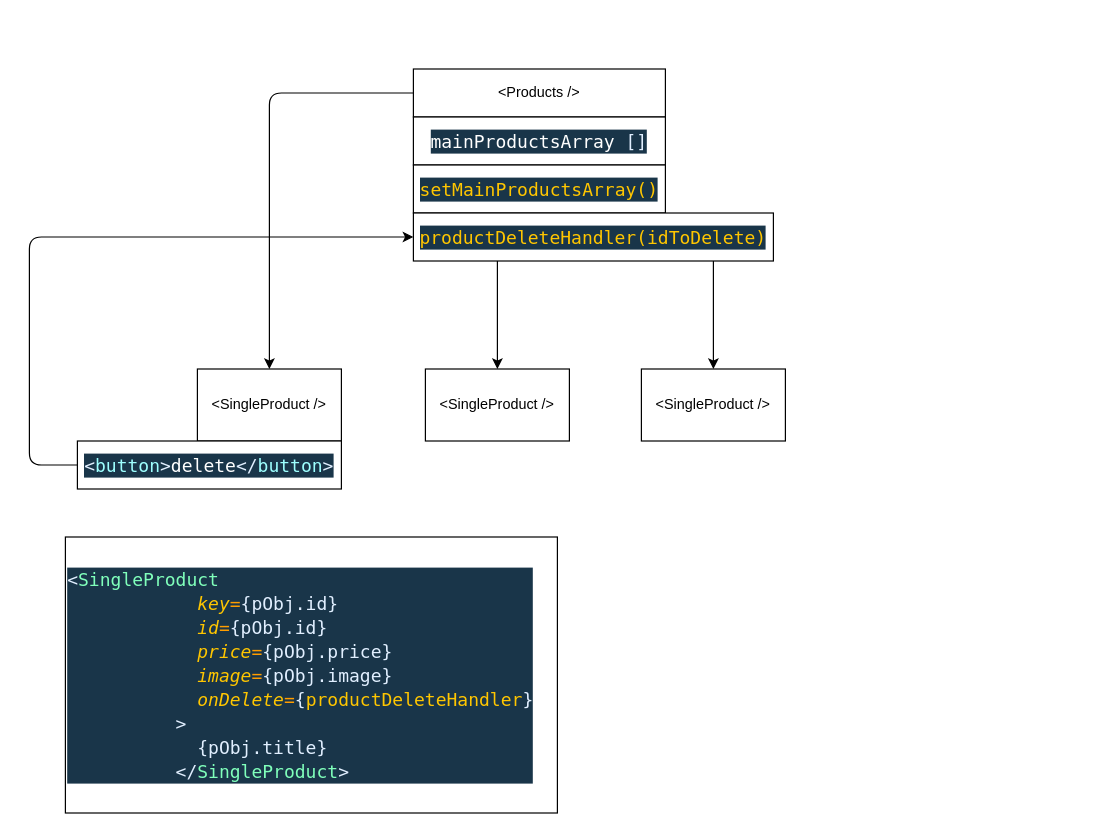
This is draw.drawio from MariusCodeAcademy/feu2-07_r_useEffect_customHook, a draw.io file, before an edit. Source tidied: cells renumbered, new cells numbered last; positions are measured from the earlier drawing's top-left corner, leaving out a move shared by most shapes. Both pictures are drawn from the tidied source at 120%, with x=0, y=0 at pixel (29, 68).
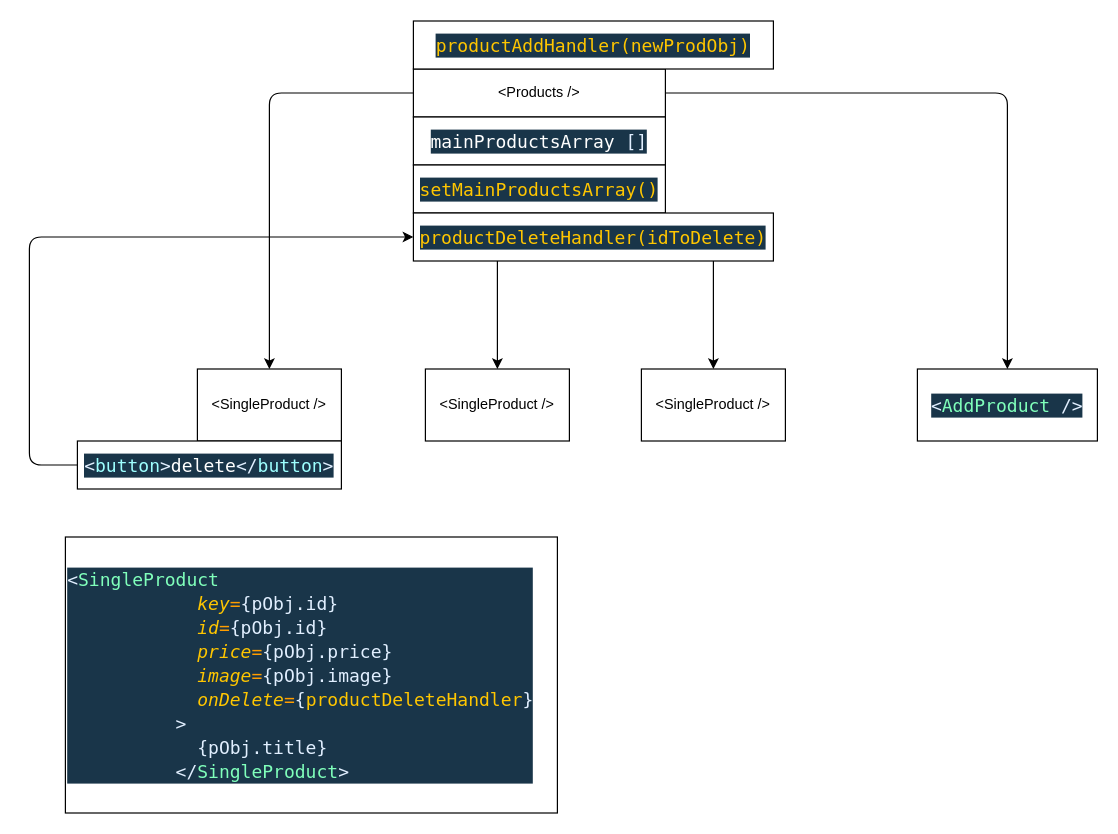
After the change.

Commit message (it also covers changes not shown here):
AddProduct form

What changed in the source:
```diff
@@
 <mxGraphModel>
   <root>
     <mxCell id="0" />
     <mxCell id="1" parent="0" />
     <mxCell id="2" style="edgeStyle=orthogonalEdgeStyle;html=1;" parent="1" edge="1" source="5" target="6">
       <mxGeometry relative="1" as="geometry" />
     </mxCell>
     <mxCell id="3" style="edgeStyle=orthogonalEdgeStyle;html=1;" parent="1" edge="1" source="5" target="8">
       <mxGeometry relative="1" as="geometry" />
     </mxCell>
     <mxCell id="4" style="edgeStyle=orthogonalEdgeStyle;html=1;" parent="1" edge="1" source="5" target="7">
       <mxGeometry relative="1" as="geometry" />
     </mxCell>
+    <mxCell id="15" style="edgeStyle=orthogonalEdgeStyle;html=1;entryX=0.5;entryY=0;entryDx=0;entryDy=0;" parent="1" edge="1" source="5" target="16">
+      <mxGeometry relative="1" as="geometry" />
+    </mxCell>
     <mxCell id="5" value="&amp;lt;Products /&amp;gt;" style="rounded=0;whiteSpace=wrap;html=1;" parent="1" vertex="1">
       <mxGeometry x="320" width="210" height="40" as="geometry" />
     </mxCell>
     <mxCell id="6" value="&amp;lt;SingleProduct /&amp;gt;" style="rounded=0;whiteSpace=wrap;html=1;" parent="1" vertex="1">
       <mxGeometry x="140" y="250" width="120" height="60" as="geometry" />
     </mxCell>
     <mxCell id="7" value="&amp;lt;SingleProduct /&amp;gt;" style="rounded=0;whiteSpace=wrap;html=1;" parent="1" vertex="1">
       <mxGeometry x="330" y="250" width="120" height="60" as="geometry" />
     </mxCell>
     <mxCell id="8" value="&amp;lt;SingleProduct /&amp;gt;" style="rounded=0;whiteSpace=wrap;html=1;" parent="1" vertex="1">
       <mxGeometry x="510" y="250" width="120" height="60" as="geometry" />
     </mxCell>
     <mxCell id="9" value="&lt;div style=&quot;background-color: rgb(25 , 53 , 73) ; font-family: &amp;#34;cascadia code&amp;#34; , &amp;#34;menlo&amp;#34; , &amp;#34;monaco&amp;#34; , &amp;#34;courier new&amp;#34; , monospace , &amp;#34;consolas&amp;#34; , &amp;#34;courier new&amp;#34; , monospace ; font-size: 15px ; line-height: 20px&quot;&gt;&lt;span style=&quot;color: rgb(255 , 255 , 255)&quot;&gt;mainProductsArray&lt;/span&gt;&lt;font color=&quot;#e1efff&quot;&gt;&amp;nbsp;[]&lt;/font&gt;&lt;/div&gt;" style="rounded=0;whiteSpace=wrap;html=1;" parent="1" vertex="1">
       <mxGeometry x="320" y="40" width="210" height="40" as="geometry" />
     </mxCell>
     <mxCell id="10" value="&lt;div style=&quot;color: rgb(255 , 255 , 255) ; background-color: rgb(25 , 53 , 73) ; font-family: &amp;#34;cascadia code&amp;#34; , &amp;#34;menlo&amp;#34; , &amp;#34;monaco&amp;#34; , &amp;#34;courier new&amp;#34; , monospace , &amp;#34;consolas&amp;#34; , &amp;#34;courier new&amp;#34; , monospace ; font-size: 15px ; line-height: 20px&quot;&gt;&lt;span style=&quot;color: rgb(255 , 198 , 0) ; font-family: &amp;#34;cascadia code&amp;#34; , &amp;#34;menlo&amp;#34; , &amp;#34;monaco&amp;#34; , &amp;#34;courier new&amp;#34; , monospace , &amp;#34;consolas&amp;#34; , &amp;#34;courier new&amp;#34; , monospace&quot;&gt;setMainProductsArray()&lt;/span&gt;&lt;br&gt;&lt;/div&gt;" style="rounded=0;whiteSpace=wrap;html=1;" parent="1" vertex="1">
       <mxGeometry x="320" y="80" width="210" height="40" as="geometry" />
     </mxCell>
     <mxCell id="11" value="&lt;div style=&quot;background-color: rgb(25 , 53 , 73) ; font-family: &amp;#34;cascadia code&amp;#34; , &amp;#34;menlo&amp;#34; , &amp;#34;monaco&amp;#34; , &amp;#34;courier new&amp;#34; , monospace , &amp;#34;consolas&amp;#34; , &amp;#34;courier new&amp;#34; , monospace ; font-size: 15px ; line-height: 20px&quot;&gt;&lt;font color=&quot;#ffc600&quot;&gt;productDeleteHandler(idToDelete)&lt;/font&gt;&lt;/div&gt;" style="rounded=0;whiteSpace=wrap;html=1;" parent="1" vertex="1">
       <mxGeometry x="320" y="120" width="300" height="40" as="geometry" />
     </mxCell>
     <mxCell id="12" style="edgeStyle=orthogonalEdgeStyle;html=1;entryX=0;entryY=0.5;entryDx=0;entryDy=0;" parent="1" edge="1" source="13" target="11">
       <mxGeometry relative="1" as="geometry">
         <Array as="points">
           <mxPoint y="330" />
           <mxPoint y="140" />
         </Array>
       </mxGeometry>
     </mxCell>
     <mxCell id="13" value="&lt;div style=&quot;color: rgb(255 , 255 , 255) ; background-color: rgb(25 , 53 , 73) ; font-family: &amp;#34;cascadia code&amp;#34; , &amp;#34;menlo&amp;#34; , &amp;#34;monaco&amp;#34; , &amp;#34;courier new&amp;#34; , monospace , &amp;#34;consolas&amp;#34; , &amp;#34;courier new&amp;#34; , monospace ; font-size: 15px ; line-height: 20px&quot;&gt;&lt;span style=&quot;color: #e1efff&quot;&gt;&amp;lt;&lt;/span&gt;&lt;span style=&quot;color: #9effff&quot;&gt;button&lt;/span&gt;&lt;span style=&quot;color: #e1efff&quot;&gt;&amp;gt;&lt;/span&gt;delete&lt;span style=&quot;color: #e1efff&quot;&gt;&amp;lt;/&lt;/span&gt;&lt;span style=&quot;color: #9effff&quot;&gt;button&lt;/span&gt;&lt;span style=&quot;color: #e1efff&quot;&gt;&amp;gt;&lt;/span&gt;&lt;/div&gt;" style="rounded=0;whiteSpace=wrap;html=1;" parent="1" vertex="1">
       <mxGeometry x="40" y="310" width="220" height="40" as="geometry" />
     </mxCell>
     <mxCell id="14" value="&lt;div style=&quot;color: rgb(255 , 255 , 255) ; background-color: rgb(25 , 53 , 73) ; font-family: &amp;quot;cascadia code&amp;quot; , &amp;quot;menlo&amp;quot; , &amp;quot;monaco&amp;quot; , &amp;quot;courier new&amp;quot; , monospace , &amp;quot;consolas&amp;quot; , &amp;quot;courier new&amp;quot; , monospace ; font-size: 15px ; line-height: 20px&quot;&gt;&lt;div&gt;&lt;span style=&quot;color: #e1efff&quot;&gt;&amp;lt;&lt;/span&gt;&lt;span style=&quot;color: #80ffbb&quot;&gt;SingleProduct&lt;/span&gt;&lt;/div&gt;&lt;div&gt;&lt;span style=&quot;color: #9effff&quot;&gt;&amp;nbsp; &amp;nbsp; &amp;nbsp; &amp;nbsp; &amp;nbsp; &amp;nbsp; &lt;/span&gt;&lt;span style=&quot;color: #ffc600 ; font-style: italic&quot;&gt;key&lt;/span&gt;&lt;span style=&quot;color: #ff9d00&quot;&gt;=&lt;/span&gt;&lt;span style=&quot;color: #e1efff&quot;&gt;{&lt;/span&gt;&lt;span style=&quot;color: #e1efff&quot;&gt;pObj&lt;/span&gt;&lt;span style=&quot;color: #e1efff&quot;&gt;.id}&lt;/span&gt;&lt;/div&gt;&lt;div&gt;&lt;span style=&quot;color: #9effff&quot;&gt;&amp;nbsp; &amp;nbsp; &amp;nbsp; &amp;nbsp; &amp;nbsp; &amp;nbsp; &lt;/span&gt;&lt;span style=&quot;color: #ffc600 ; font-style: italic&quot;&gt;id&lt;/span&gt;&lt;span style=&quot;color: #ff9d00&quot;&gt;=&lt;/span&gt;&lt;span style=&quot;color: #e1efff&quot;&gt;{&lt;/span&gt;&lt;span style=&quot;color: #e1efff&quot;&gt;pObj&lt;/span&gt;&lt;span style=&quot;color: #e1efff&quot;&gt;.id}&lt;/span&gt;&lt;/div&gt;&lt;div&gt;&lt;span style=&quot;color: #9effff&quot;&gt;&amp;nbsp; &amp;nbsp; &amp;nbsp; &amp;nbsp; &amp;nbsp; &amp;nbsp; &lt;/span&gt;&lt;span style=&quot;color: #ffc600 ; font-style: italic&quot;&gt;price&lt;/span&gt;&lt;span style=&quot;color: #ff9d00&quot;&gt;=&lt;/span&gt;&lt;span style=&quot;color: #e1efff&quot;&gt;{&lt;/span&gt;&lt;span style=&quot;color: #e1efff&quot;&gt;pObj&lt;/span&gt;&lt;span style=&quot;color: #e1efff&quot;&gt;.price}&lt;/span&gt;&lt;/div&gt;&lt;div&gt;&lt;span style=&quot;color: #9effff&quot;&gt;&amp;nbsp; &amp;nbsp; &amp;nbsp; &amp;nbsp; &amp;nbsp; &amp;nbsp; &lt;/span&gt;&lt;span style=&quot;color: #ffc600 ; font-style: italic&quot;&gt;image&lt;/span&gt;&lt;span style=&quot;color: #ff9d00&quot;&gt;=&lt;/span&gt;&lt;span style=&quot;color: #e1efff&quot;&gt;{&lt;/span&gt;&lt;span style=&quot;color: #e1efff&quot;&gt;pObj&lt;/span&gt;&lt;span style=&quot;color: #e1efff&quot;&gt;.image}&lt;/span&gt;&lt;/div&gt;&lt;div&gt;&lt;span style=&quot;color: #9effff&quot;&gt;&amp;nbsp; &amp;nbsp; &amp;nbsp; &amp;nbsp; &amp;nbsp; &amp;nbsp; &lt;/span&gt;&lt;span style=&quot;color: #ffc600 ; font-style: italic&quot;&gt;onDelete&lt;/span&gt;&lt;span style=&quot;color: #ff9d00&quot;&gt;=&lt;/span&gt;&lt;span style=&quot;color: #e1efff&quot;&gt;{&lt;/span&gt;&lt;span style=&quot;color: #ffc600&quot;&gt;productDeleteHandler&lt;/span&gt;&lt;span style=&quot;color: #e1efff&quot;&gt;}&lt;/span&gt;&lt;/div&gt;&lt;div&gt;&lt;span style=&quot;color: #9effff&quot;&gt;&amp;nbsp; &amp;nbsp; &amp;nbsp; &amp;nbsp; &amp;nbsp; &lt;/span&gt;&lt;span style=&quot;color: #e1efff&quot;&gt;&amp;gt;&lt;/span&gt;&lt;/div&gt;&lt;div&gt;&amp;nbsp; &amp;nbsp; &amp;nbsp; &amp;nbsp; &amp;nbsp; &amp;nbsp; &lt;span style=&quot;color: #e1efff&quot;&gt;{&lt;/span&gt;&lt;span style=&quot;color: #e1efff&quot;&gt;pObj&lt;/span&gt;&lt;span style=&quot;color: #e1efff&quot;&gt;.title&lt;/span&gt;&lt;span style=&quot;color: #e1efff&quot;&gt;}&lt;/span&gt;&lt;/div&gt;&lt;div&gt;&amp;nbsp; &amp;nbsp; &amp;nbsp; &amp;nbsp; &amp;nbsp; &lt;span style=&quot;color: #e1efff&quot;&gt;&amp;lt;/&lt;/span&gt;&lt;span style=&quot;color: #80ffbb&quot;&gt;SingleProduct&lt;/span&gt;&lt;span style=&quot;color: #e1efff&quot;&gt;&amp;gt;&lt;/span&gt;&lt;/div&gt;&lt;/div&gt;" style="rounded=0;whiteSpace=wrap;html=1;align=left;" parent="1" vertex="1">
       <mxGeometry x="30" y="390" width="410" height="230" as="geometry" />
     </mxCell>
+    <mxCell id="16" value="&lt;div style=&quot;color: rgb(255 , 255 , 255) ; background-color: rgb(25 , 53 , 73) ; font-family: &amp;#34;cascadia code&amp;#34; , &amp;#34;menlo&amp;#34; , &amp;#34;monaco&amp;#34; , &amp;#34;courier new&amp;#34; , monospace , &amp;#34;consolas&amp;#34; , &amp;#34;courier new&amp;#34; , monospace ; font-size: 15px ; line-height: 20px&quot;&gt;&lt;span style=&quot;color: #e1efff&quot;&gt;&amp;lt;&lt;/span&gt;&lt;span style=&quot;color: #80ffbb&quot;&gt;AddProduct&lt;/span&gt;&lt;span style=&quot;color: #9effff&quot;&gt; &lt;/span&gt;&lt;span style=&quot;color: #e1efff&quot;&gt;/&amp;gt;&lt;/span&gt;&lt;/div&gt;" style="rounded=0;whiteSpace=wrap;html=1;" parent="1" vertex="1">
+      <mxGeometry x="740" y="250" width="150" height="60" as="geometry" />
+    </mxCell>
+    <mxCell id="17" value="&lt;div style=&quot;background-color: rgb(25 , 53 , 73) ; font-family: &amp;#34;cascadia code&amp;#34; , &amp;#34;menlo&amp;#34; , &amp;#34;monaco&amp;#34; , &amp;#34;courier new&amp;#34; , monospace , &amp;#34;consolas&amp;#34; , &amp;#34;courier new&amp;#34; , monospace ; font-size: 15px ; line-height: 20px&quot;&gt;&lt;font color=&quot;#ffc600&quot;&gt;productAddHandler(newProdObj)&lt;/font&gt;&lt;/div&gt;" style="rounded=0;whiteSpace=wrap;html=1;" parent="1" vertex="1">
+      <mxGeometry x="320" y="-40" width="300" height="40" as="geometry" />
+    </mxCell>
   </root>
 </mxGraphModel>
```
